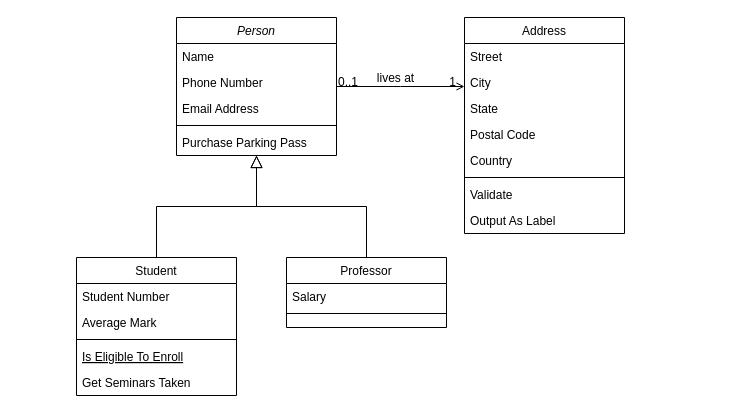
This is Untitled Diagram.drawio from MyBhive/JobSearchMonitoring, a draw.io file, before an edit. Source tidied: cells renumbered, new cells numbered last; positions are measured from the earlier drawing's top-left corner, leaving out a move shared by most shapes. Both pictures are drawn from the tidied source at 100%, with x=0, y=0 at pixel (76, 17).
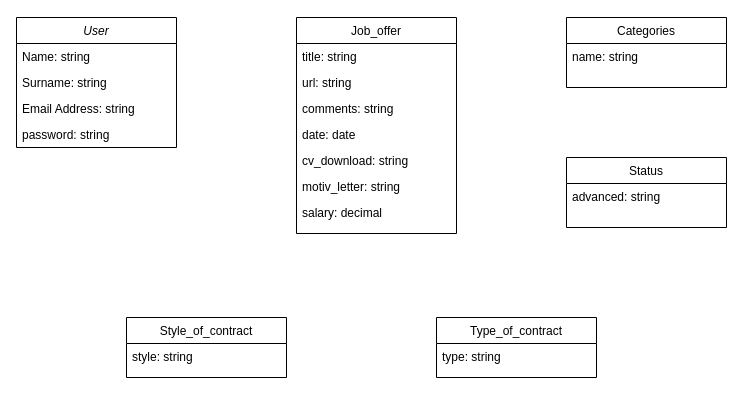
The same diagram, later.

Change to the diagram source:
```diff
@@
-    <mxCell id="2" value="Person" style="swimlane;fontStyle=2;align=center;verticalAlign=top;horizontal=1;startSize=26;rounded=0;shadow=0;strokeWidth=1;" parent="1" vertex="1">
-      <mxGeometry x="100" width="160" height="138" as="geometry" />
+    <mxCell id="2" value="User" style="swimlane;fontStyle=2;align=center;verticalAlign=top;horizontal=1;startSize=26;rounded=0;shadow=0;strokeWidth=1;" parent="1" vertex="1">
+      <mxGeometry x="-60" width="160" height="130" as="geometry" />
     </mxCell>
-    <mxCell id="3" value="Name" style="text;align=left;verticalAlign=top;spacingLeft=4;spacingRight=4;overflow=hidden;" parent="2" vertex="1">
+    <mxCell id="3" value="Name: string" style="text;align=left;verticalAlign=top;spacingLeft=4;spacingRight=4;overflow=hidden;" parent="2" vertex="1">
       <mxGeometry y="26" width="160" height="26" as="geometry" />
     </mxCell>
-    <mxCell id="4" value="Phone Number" style="text;align=left;verticalAlign=top;spacingLeft=4;spacingRight=4;overflow=hidden;rounded=0;shadow=0;html=0;" parent="2" vertex="1">
+    <mxCell id="4" value="Surname: string" style="text;align=left;verticalAlign=top;spacingLeft=4;spacingRight=4;overflow=hidden;rounded=0;shadow=0;html=0;" parent="2" vertex="1">
       <mxGeometry y="52" width="160" height="26" as="geometry" />
     </mxCell>
-    <mxCell id="5" value="Email Address" style="text;align=left;verticalAlign=top;spacingLeft=4;spacingRight=4;overflow=hidden;rounded=0;shadow=0;html=0;" parent="2" vertex="1">
+    <mxCell id="5" value="Email Address: string" style="text;align=left;verticalAlign=top;spacingLeft=4;spacingRight=4;overflow=hidden;rounded=0;shadow=0;html=0;" parent="2" vertex="1">
       <mxGeometry y="78" width="160" height="26" as="geometry" />
     </mxCell>
-    <mxCell id="6" style="line;html=1;strokeWidth=1;align=left;verticalAlign=middle;spacingTop=-1;spacingLeft=3;spacingRight=3;labelPosition=right;" parent="2" vertex="1">
-      <mxGeometry y="104" width="160" height="8" as="geometry" />
-    </mxCell>
-    <mxCell id="7" value="Purchase Parking Pass" style="text;align=left;verticalAlign=top;spacingLeft=4;spacingRight=4;overflow=hidden;" parent="2" vertex="1">
-      <mxGeometry y="112" width="160" height="26" as="geometry" />
-    </mxCell>
+    <mxCell id="32" value="password: string" style="text;align=left;verticalAlign=top;spacingLeft=4;spacingRight=4;overflow=hidden;" parent="2" vertex="1">
+      <mxGeometry y="104" width="160" height="26" as="geometry" />
+    </mxCell>
-    <mxCell id="8" value="Student" style="swimlane;fontStyle=0;align=center;verticalAlign=top;horizontal=1;startSize=26;rounded=0;shadow=0;strokeWidth=1;" parent="1" vertex="1">
-      <mxGeometry y="240" width="160" height="138" as="geometry" />
+    <mxCell id="8" value="Type_of_contract" style="swimlane;fontStyle=0;align=center;verticalAlign=top;horizontal=1;startSize=26;rounded=0;shadow=0;strokeWidth=1;" parent="1" vertex="1">
+      <mxGeometry x="360" y="300" width="160" height="60" as="geometry" />
     </mxCell>
-    <mxCell id="9" value="Student Number" style="text;align=left;verticalAlign=top;spacingLeft=4;spacingRight=4;overflow=hidden;" parent="8" vertex="1">
+    <mxCell id="9" value="type: string" style="text;align=left;verticalAlign=top;spacingLeft=4;spacingRight=4;overflow=hidden;" parent="8" vertex="1">
       <mxGeometry y="26" width="160" height="26" as="geometry" />
     </mxCell>
-    <mxCell id="10" value="Average Mark" style="text;align=left;verticalAlign=top;spacingLeft=4;spacingRight=4;overflow=hidden;rounded=0;shadow=0;html=0;" parent="8" vertex="1">
-      <mxGeometry y="52" width="160" height="26" as="geometry" />
-    </mxCell>
-    <mxCell id="11" style="line;html=1;strokeWidth=1;align=left;verticalAlign=middle;spacingTop=-1;spacingLeft=3;spacingRight=3;labelPosition=right;" parent="8" vertex="1">
-      <mxGeometry y="78" width="160" height="8" as="geometry" />
-    </mxCell>
-    <mxCell id="12" value="Is Eligible To Enroll" style="text;align=left;verticalAlign=top;spacingLeft=4;spacingRight=4;overflow=hidden;fontStyle=4;" parent="8" vertex="1">
-      <mxGeometry y="86" width="160" height="26" as="geometry" />
-    </mxCell>
-    <mxCell id="13" value="Get Seminars Taken" style="text;align=left;verticalAlign=top;spacingLeft=4;spacingRight=4;overflow=hidden;" parent="8" vertex="1">
-      <mxGeometry y="112" width="160" height="26" as="geometry" />
-    </mxCell>
-    <mxCell id="14" style="endArrow=block;endSize=10;endFill=0;shadow=0;strokeWidth=1;rounded=0;edgeStyle=elbowEdgeStyle;elbow=vertical;" parent="1" edge="1" source="8" target="2">
-      <mxGeometry relative="1" as="geometry" />
-    </mxCell>
-    <mxCell id="15" value="Professor" style="swimlane;fontStyle=0;align=center;verticalAlign=top;horizontal=1;startSize=26;rounded=0;shadow=0;strokeWidth=1;" parent="1" vertex="1">
-      <mxGeometry x="210" y="240" width="160" height="70" as="geometry" />
+    <mxCell id="15" value="Status" style="swimlane;fontStyle=0;align=center;verticalAlign=top;horizontal=1;startSize=26;rounded=0;shadow=0;strokeWidth=1;" parent="1" vertex="1">
+      <mxGeometry x="490" y="140" width="160" height="70" as="geometry" />
     </mxCell>
-    <mxCell id="16" value="Salary" style="text;align=left;verticalAlign=top;spacingLeft=4;spacingRight=4;overflow=hidden;" parent="15" vertex="1">
+    <mxCell id="16" value="advanced: string" style="text;align=left;verticalAlign=top;spacingLeft=4;spacingRight=4;overflow=hidden;" parent="15" vertex="1">
       <mxGeometry y="26" width="160" height="26" as="geometry" />
     </mxCell>
-    <mxCell id="17" style="line;html=1;strokeWidth=1;align=left;verticalAlign=middle;spacingTop=-1;spacingLeft=3;spacingRight=3;labelPosition=right;" parent="15" vertex="1">
-      <mxGeometry y="52" width="160" height="8" as="geometry" />
-    </mxCell>
-    <mxCell id="18" style="endArrow=block;endSize=10;endFill=0;shadow=0;strokeWidth=1;rounded=0;edgeStyle=elbowEdgeStyle;elbow=vertical;" parent="1" edge="1" source="15" target="2">
-      <mxGeometry relative="1" as="geometry" />
-    </mxCell>
-    <mxCell id="19" value="Address" style="swimlane;fontStyle=0;align=center;verticalAlign=top;horizontal=1;startSize=26;rounded=0;shadow=0;strokeWidth=1;" parent="1" vertex="1">
-      <mxGeometry x="388" width="160" height="216" as="geometry" />
+    <mxCell id="19" value="Job_offer" style="swimlane;fontStyle=0;align=center;verticalAlign=top;horizontal=1;startSize=26;rounded=0;shadow=0;strokeWidth=1;" parent="1" vertex="1">
+      <mxGeometry x="220" width="160" height="216" as="geometry" />
     </mxCell>
-    <mxCell id="20" value="Street" style="text;align=left;verticalAlign=top;spacingLeft=4;spacingRight=4;overflow=hidden;" parent="19" vertex="1">
+    <mxCell id="20" value="title: string" style="text;align=left;verticalAlign=top;spacingLeft=4;spacingRight=4;overflow=hidden;" parent="19" vertex="1">
       <mxGeometry y="26" width="160" height="26" as="geometry" />
     </mxCell>
-    <mxCell id="21" value="City" style="text;align=left;verticalAlign=top;spacingLeft=4;spacingRight=4;overflow=hidden;rounded=0;shadow=0;html=0;" parent="19" vertex="1">
+    <mxCell id="21" value="url: string&#10;" style="text;align=left;verticalAlign=top;spacingLeft=4;spacingRight=4;overflow=hidden;rounded=0;shadow=0;html=0;" parent="19" vertex="1">
       <mxGeometry y="52" width="160" height="26" as="geometry" />
     </mxCell>
-    <mxCell id="22" value="State" style="text;align=left;verticalAlign=top;spacingLeft=4;spacingRight=4;overflow=hidden;rounded=0;shadow=0;html=0;" parent="19" vertex="1">
+    <mxCell id="22" value="comments: string" style="text;align=left;verticalAlign=top;spacingLeft=4;spacingRight=4;overflow=hidden;rounded=0;shadow=0;html=0;" parent="19" vertex="1">
       <mxGeometry y="78" width="160" height="26" as="geometry" />
     </mxCell>
-    <mxCell id="23" value="Postal Code" style="text;align=left;verticalAlign=top;spacingLeft=4;spacingRight=4;overflow=hidden;rounded=0;shadow=0;html=0;" parent="19" vertex="1">
+    <mxCell id="23" value="date: date" style="text;align=left;verticalAlign=top;spacingLeft=4;spacingRight=4;overflow=hidden;rounded=0;shadow=0;html=0;" parent="19" vertex="1">
       <mxGeometry y="104" width="160" height="26" as="geometry" />
     </mxCell>
-    <mxCell id="24" value="Country" style="text;align=left;verticalAlign=top;spacingLeft=4;spacingRight=4;overflow=hidden;rounded=0;shadow=0;html=0;" parent="19" vertex="1">
+    <mxCell id="24" value="cv_download: string" style="text;align=left;verticalAlign=top;spacingLeft=4;spacingRight=4;overflow=hidden;rounded=0;shadow=0;html=0;" parent="19" vertex="1">
       <mxGeometry y="130" width="160" height="26" as="geometry" />
     </mxCell>
-    <mxCell id="25" style="line;html=1;strokeWidth=1;align=left;verticalAlign=middle;spacingTop=-1;spacingLeft=3;spacingRight=3;labelPosition=right;" parent="19" vertex="1">
-      <mxGeometry y="156" width="160" height="8" as="geometry" />
-    </mxCell>
-    <mxCell id="26" value="Validate" style="text;align=left;verticalAlign=top;spacingLeft=4;spacingRight=4;overflow=hidden;" parent="19" vertex="1">
-      <mxGeometry y="164" width="160" height="26" as="geometry" />
+    <mxCell id="26" value="motiv_letter: string" style="text;align=left;verticalAlign=top;spacingLeft=4;spacingRight=4;overflow=hidden;" parent="19" vertex="1">
+      <mxGeometry y="156" width="160" height="26" as="geometry" />
     </mxCell>
-    <mxCell id="27" value="Output As Label" style="text;align=left;verticalAlign=top;spacingLeft=4;spacingRight=4;overflow=hidden;" parent="19" vertex="1">
-      <mxGeometry y="190" width="160" height="26" as="geometry" />
+    <mxCell id="27" value="salary: decimal" style="text;align=left;verticalAlign=top;spacingLeft=4;spacingRight=4;overflow=hidden;" parent="19" vertex="1">
+      <mxGeometry y="182" width="160" height="26" as="geometry" />
     </mxCell>
-    <mxCell id="28" style="endArrow=open;shadow=0;strokeWidth=1;rounded=0;endFill=1;edgeStyle=elbowEdgeStyle;elbow=vertical;" parent="1" edge="1" source="2" target="19">
-      <mxGeometry x="0.5" y="41" relative="1" as="geometry">
-        <mxPoint x="-40" y="32" as="offset" />
-      </mxGeometry>
-    </mxCell>
-    <mxCell id="29" value="0..1" style="align=left;verticalAlign=bottom;labelBackgroundColor=none;fontSize=12;" parent="28" vertex="1">
-      <mxGeometry x="-1" relative="1" as="geometry">
-        <mxPoint y="4" as="offset" />
-      </mxGeometry>
-    </mxCell>
-    <mxCell id="30" value="1" style="align=right;verticalAlign=bottom;labelBackgroundColor=none;fontSize=12;" parent="28" vertex="1">
-      <mxGeometry x="1" relative="1" as="geometry">
-        <mxPoint x="-7" y="4" as="offset" />
-      </mxGeometry>
-    </mxCell>
-    <mxCell id="31" value="lives at" style="text;html=1;align=center;verticalAlign=middle;labelBackgroundColor=none;rounded=0;shadow=0;strokeWidth=1;fontSize=12;" parent="28" vertex="1">
-      <mxGeometry x="0.5" y="49" relative="1" as="geometry">
-        <mxPoint x="-38" y="40" as="offset" />
-      </mxGeometry>
-    </mxCell>
+    <mxCell id="33" value="Categories" style="swimlane;fontStyle=0;align=center;verticalAlign=top;horizontal=1;startSize=26;rounded=0;shadow=0;strokeWidth=1;" parent="1" vertex="1">
+      <mxGeometry x="490" width="160" height="70" as="geometry" />
+    </mxCell>
+    <mxCell id="34" value="name: string" style="text;align=left;verticalAlign=top;spacingLeft=4;spacingRight=4;overflow=hidden;" parent="33" vertex="1">
+      <mxGeometry y="26" width="160" height="26" as="geometry" />
+    </mxCell>
+    <mxCell id="35" value="Style_of_contract" style="swimlane;fontStyle=0;align=center;verticalAlign=top;horizontal=1;startSize=26;rounded=0;shadow=0;strokeWidth=1;" parent="1" vertex="1">
+      <mxGeometry x="50" y="300" width="160" height="60" as="geometry" />
+    </mxCell>
+    <mxCell id="36" value="style: string" style="text;align=left;verticalAlign=top;spacingLeft=4;spacingRight=4;overflow=hidden;" parent="35" vertex="1">
+      <mxGeometry y="26" width="160" height="26" as="geometry" />
+    </mxCell>
```
